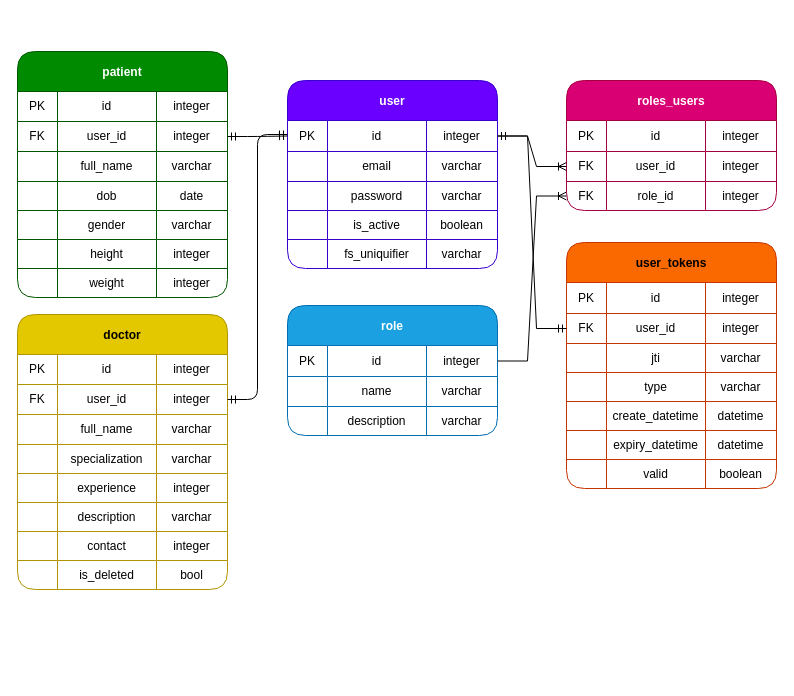
Above: page "Login_schema" (1 of 3) of docs/ER-diagram_HMS.drawio in Developer-PritamSaha/hospital-management-app (draw.io), before the change. Source tidied: cells renumbered, new cells numbered last; positions are measured from the earlier drawing's top-left corner, leaving out a move shared by most shapes. Both pictures are drawn from the tidied source at 100%, with x=0, y=0 at pixel (17, 51).
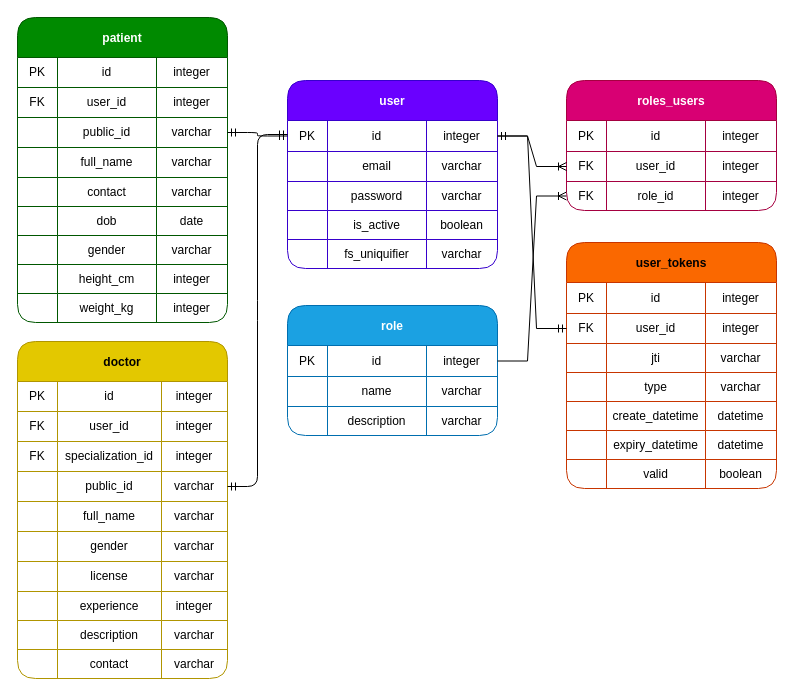
Above is the later version.

Unchanged cells that the change refers to:
```xml
<mxCell id="112" style="shape=tableRow;horizontal=0;startSize=0;swimlaneHead=0;swimlaneBody=0;top=0;left=0;bottom=0;right=0;fillColor=none;rounded=1;" parent="111" vertex="1">
  <mxGeometry y="40" width="210" height="30" as="geometry" />
</mxCell>
```

Change to the diagram source:
```diff
@@
     <mxCell id="23" value="patient" style="shape=table;startSize=40;childLayout=tableLayout;fontStyle=1;align=center;fillColor=#008a00;strokeColor=#005700;fontColor=#ffffff;rounded=1;" parent="1" vertex="1">
-      <mxGeometry width="210" height="246" as="geometry" />
+      <mxGeometry y="-34" width="210" height="305" as="geometry" />
     </mxCell>
@@
+    <mxCell id="145" style="shape=tableRow;horizontal=0;startSize=0;swimlaneHead=0;swimlaneBody=0;top=0;left=0;bottom=0;right=0;fillColor=none;rounded=1;" parent="23" vertex="1">
+      <mxGeometry y="70" width="210" height="30" as="geometry" />
+    </mxCell>
+    <mxCell id="146" value="FK" style="shape=partialRectangle;html=1;whiteSpace=wrap;fillColor=none;top=0;left=0;bottom=0;right=0;overflow=hidden;rounded=1;" parent="145" vertex="1">
+      <mxGeometry width="40" height="30" as="geometry" />
+    </mxCell>
+    <mxCell id="147" value="user_id" style="shape=partialRectangle;html=1;whiteSpace=wrap;fillColor=none;top=0;left=0;bottom=0;right=0;overflow=hidden;rounded=1;" parent="145" vertex="1">
+      <mxGeometry x="40" width="99" height="30" as="geometry" />
+    </mxCell>
+    <mxCell id="148" value="integer" style="shape=partialRectangle;html=1;whiteSpace=wrap;fillColor=none;top=0;left=0;bottom=0;right=0;overflow=hidden;rounded=1;" parent="145" vertex="1">
+      <mxGeometry x="139" width="71" height="30" as="geometry" />
+    </mxCell>
     <mxCell id="28" style="shape=tableRow;horizontal=0;startSize=0;swimlaneHead=0;swimlaneBody=0;top=0;left=0;bottom=0;right=0;fillColor=none;points=[[0,0.5],[1,0.5]];portConstraint=eastwest;rounded=1;" parent="23" vertex="1">
-      <mxGeometry y="70" width="210" height="30" as="geometry" />
+      <mxGeometry y="100" width="210" height="30" as="geometry" />
     </mxCell>
-    <mxCell id="29" value="FK" style="shape=partialRectangle;html=1;whiteSpace=wrap;fillColor=none;top=0;left=0;bottom=0;right=0;overflow=hidden;rounded=1;" parent="28" vertex="1">
+    <mxCell id="29" style="shape=partialRectangle;html=1;whiteSpace=wrap;fillColor=none;top=0;left=0;bottom=0;right=0;overflow=hidden;rounded=1;" parent="28" vertex="1">
       <mxGeometry width="40" height="30" as="geometry" />
     </mxCell>
-    <mxCell id="30" value="user_id" style="shape=partialRectangle;html=1;whiteSpace=wrap;fillColor=none;top=0;left=0;bottom=0;right=0;overflow=hidden;rounded=1;" parent="28" vertex="1">
+    <mxCell id="30" value="public_id" style="shape=partialRectangle;html=1;whiteSpace=wrap;fillColor=none;top=0;left=0;bottom=0;right=0;overflow=hidden;rounded=1;" parent="28" vertex="1">
       <mxGeometry x="40" width="99" height="30" as="geometry" />
     </mxCell>
-    <mxCell id="31" value="integer" style="shape=partialRectangle;html=1;whiteSpace=wrap;fillColor=none;top=0;left=0;bottom=0;right=0;overflow=hidden;rounded=1;" parent="28" vertex="1">
+    <mxCell id="31" value="varchar" style="shape=partialRectangle;html=1;whiteSpace=wrap;fillColor=none;top=0;left=0;bottom=0;right=0;overflow=hidden;rounded=1;" parent="28" vertex="1">
       <mxGeometry x="139" width="71" height="30" as="geometry" />
     </mxCell>
     <mxCell id="32" style="shape=tableRow;horizontal=0;startSize=0;swimlaneHead=0;swimlaneBody=0;top=0;left=0;bottom=0;right=0;fillColor=none;rounded=1;" parent="23" vertex="1">
-      <mxGeometry y="100" width="210" height="30" as="geometry" />
+      <mxGeometry y="130" width="210" height="30" as="geometry" />
     </mxCell>
@@
+    <mxCell id="149" style="shape=tableRow;horizontal=0;startSize=0;swimlaneHead=0;swimlaneBody=0;top=0;left=0;bottom=0;right=0;fillColor=none;rounded=1;" parent="23" vertex="1">
+      <mxGeometry y="160" width="210" height="29" as="geometry" />
+    </mxCell>
+    <mxCell id="150" style="shape=partialRectangle;html=1;whiteSpace=wrap;fillColor=none;top=0;left=0;bottom=0;right=0;overflow=hidden;rounded=1;" parent="149" vertex="1">
+      <mxGeometry width="40" height="29" as="geometry" />
+    </mxCell>
+    <mxCell id="151" value="contact" style="shape=partialRectangle;html=1;whiteSpace=wrap;fillColor=none;top=0;left=0;bottom=0;right=0;overflow=hidden;rounded=1;" parent="149" vertex="1">
+      <mxGeometry x="40" width="99" height="29" as="geometry" />
+    </mxCell>
+    <mxCell id="127" value="varchar" style="shape=partialRectangle;html=1;whiteSpace=wrap;fillColor=none;top=0;left=0;bottom=0;right=0;overflow=hidden;rounded=1;" parent="149" vertex="1">
+      <mxGeometry x="139" width="71" height="29" as="geometry" />
+    </mxCell>
     <mxCell id="36" style="shape=tableRow;horizontal=0;startSize=0;swimlaneHead=0;swimlaneBody=0;top=0;left=0;bottom=0;right=0;fillColor=none;rounded=1;" parent="23" vertex="1">
-      <mxGeometry y="130" width="210" height="29" as="geometry" />
+      <mxGeometry y="189" width="210" height="29" as="geometry" />
     </mxCell>
@@
     <mxCell id="40" style="shape=tableRow;horizontal=0;startSize=0;swimlaneHead=0;swimlaneBody=0;top=0;left=0;bottom=0;right=0;fillColor=none;rounded=1;" parent="23" vertex="1">
-      <mxGeometry y="159" width="210" height="29" as="geometry" />
+      <mxGeometry y="218" width="210" height="29" as="geometry" />
     </mxCell>
@@
     <mxCell id="44" style="shape=tableRow;horizontal=0;startSize=0;swimlaneHead=0;swimlaneBody=0;top=0;left=0;bottom=0;right=0;fillColor=none;rounded=1;" parent="23" vertex="1">
-      <mxGeometry y="188" width="210" height="29" as="geometry" />
+      <mxGeometry y="247" width="210" height="29" as="geometry" />
     </mxCell>
@@
-    <mxCell id="46" value="height" style="shape=partialRectangle;html=1;whiteSpace=wrap;fillColor=none;top=0;left=0;bottom=0;right=0;overflow=hidden;rounded=1;" parent="44" vertex="1">
+    <mxCell id="46" value="height_cm" style="shape=partialRectangle;html=1;whiteSpace=wrap;fillColor=none;top=0;left=0;bottom=0;right=0;overflow=hidden;rounded=1;" parent="44" vertex="1">
       <mxGeometry x="40" width="99" height="29" as="geometry" />
     </mxCell>
@@
     <mxCell id="48" style="shape=tableRow;horizontal=0;startSize=0;swimlaneHead=0;swimlaneBody=0;top=0;left=0;bottom=0;right=0;fillColor=none;rounded=1;" parent="23" vertex="1">
-      <mxGeometry y="217" width="210" height="29" as="geometry" />
+      <mxGeometry y="276" width="210" height="29" as="geometry" />
     </mxCell>
@@
-    <mxCell id="50" value="weight" style="shape=partialRectangle;html=1;whiteSpace=wrap;fillColor=none;top=0;left=0;bottom=0;right=0;overflow=hidden;rounded=1;" parent="48" vertex="1">
+    <mxCell id="50" value="weight_kg" style="shape=partialRectangle;html=1;whiteSpace=wrap;fillColor=none;top=0;left=0;bottom=0;right=0;overflow=hidden;rounded=1;" parent="48" vertex="1">
       <mxGeometry x="40" width="99" height="29" as="geometry" />
     </mxCell>
@@
     <mxCell id="111" value="doctor" style="shape=table;startSize=40;childLayout=tableLayout;fontStyle=1;align=center;fillColor=#e3c800;strokeColor=#B09500;fontColor=#000000;rounded=1;" parent="1" vertex="1">
-      <mxGeometry y="263" width="210" height="275" as="geometry" />
+      <mxGeometry y="290" width="210" height="337" as="geometry" />
     </mxCell>
@@
     <mxCell id="114" value="id" style="shape=partialRectangle;html=1;whiteSpace=wrap;fillColor=none;top=0;left=0;bottom=0;right=0;overflow=hidden;rounded=1;" parent="112" vertex="1">
-      <mxGeometry x="40" width="99" height="30" as="geometry" />
+      <mxGeometry x="40" width="104" height="30" as="geometry" />
     </mxCell>
     <mxCell id="115" value="integer" style="shape=partialRectangle;html=1;whiteSpace=wrap;fillColor=none;top=0;left=0;bottom=0;right=0;overflow=hidden;rounded=1;" parent="112" vertex="1">
-      <mxGeometry x="139" width="71" height="30" as="geometry" />
+      <mxGeometry x="144" width="66" height="30" as="geometry" />
     </mxCell>
+    <mxCell id="152" style="shape=tableRow;horizontal=0;startSize=0;swimlaneHead=0;swimlaneBody=0;top=0;left=0;bottom=0;right=0;fillColor=none;rounded=1;" parent="111" vertex="1">
+      <mxGeometry y="70" width="210" height="30" as="geometry" />
+    </mxCell>
+    <mxCell id="153" value="FK" style="shape=partialRectangle;html=1;whiteSpace=wrap;fillColor=none;top=0;left=0;bottom=0;right=0;overflow=hidden;rounded=1;" parent="152" vertex="1">
+      <mxGeometry width="40" height="30" as="geometry" />
+    </mxCell>
+    <mxCell id="154" value="user_id" style="shape=partialRectangle;html=1;whiteSpace=wrap;fillColor=none;top=0;left=0;bottom=0;right=0;overflow=hidden;rounded=1;" parent="152" vertex="1">
+      <mxGeometry x="40" width="104" height="30" as="geometry" />
+    </mxCell>
+    <mxCell id="155" value="integer" style="shape=partialRectangle;html=1;whiteSpace=wrap;fillColor=none;top=0;left=0;bottom=0;right=0;overflow=hidden;rounded=1;" parent="152" vertex="1">
+      <mxGeometry x="144" width="66" height="30" as="geometry" />
+    </mxCell>
+    <mxCell id="156" style="shape=tableRow;horizontal=0;startSize=0;swimlaneHead=0;swimlaneBody=0;top=0;left=0;bottom=0;right=0;fillColor=none;rounded=1;" parent="111" vertex="1">
+      <mxGeometry y="100" width="210" height="30" as="geometry" />
+    </mxCell>
+    <mxCell id="157" value="FK" style="shape=partialRectangle;html=1;whiteSpace=wrap;fillColor=none;top=0;left=0;bottom=0;right=0;overflow=hidden;rounded=1;" parent="156" vertex="1">
+      <mxGeometry width="40" height="30" as="geometry" />
+    </mxCell>
+    <mxCell id="158" value="specialization_id" style="shape=partialRectangle;html=1;whiteSpace=wrap;fillColor=none;top=0;left=0;bottom=0;right=0;overflow=hidden;rounded=1;" parent="156" vertex="1">
+      <mxGeometry x="40" width="104" height="30" as="geometry" />
+    </mxCell>
+    <mxCell id="159" value="integer" style="shape=partialRectangle;html=1;whiteSpace=wrap;fillColor=none;top=0;left=0;bottom=0;right=0;overflow=hidden;rounded=1;" parent="156" vertex="1">
+      <mxGeometry x="144" width="66" height="30" as="geometry" />
+    </mxCell>
     <mxCell id="116" style="shape=tableRow;horizontal=0;startSize=0;swimlaneHead=0;swimlaneBody=0;top=0;left=0;bottom=0;right=0;fillColor=none;points=[[0,0.5],[1,0.5]];portConstraint=eastwest;rounded=1;" parent="111" vertex="1">
-      <mxGeometry y="70" width="210" height="30" as="geometry" />
+      <mxGeometry y="130" width="210" height="30" as="geometry" />
     </mxCell>
-    <mxCell id="117" value="FK" style="shape=partialRectangle;html=1;whiteSpace=wrap;fillColor=none;top=0;left=0;bottom=0;right=0;overflow=hidden;rounded=1;" parent="116" vertex="1">
+    <mxCell id="117" style="shape=partialRectangle;html=1;whiteSpace=wrap;fillColor=none;top=0;left=0;bottom=0;right=0;overflow=hidden;rounded=1;" parent="116" vertex="1">
       <mxGeometry width="40" height="30" as="geometry" />
     </mxCell>
-    <mxCell id="118" value="user_id" style="shape=partialRectangle;html=1;whiteSpace=wrap;fillColor=none;top=0;left=0;bottom=0;right=0;overflow=hidden;rounded=1;" parent="116" vertex="1">
-      <mxGeometry x="40" width="99" height="30" as="geometry" />
+    <mxCell id="118" value="public_id" style="shape=partialRectangle;html=1;whiteSpace=wrap;fillColor=none;top=0;left=0;bottom=0;right=0;overflow=hidden;rounded=1;" parent="116" vertex="1">
+      <mxGeometry x="40" width="104" height="30" as="geometry" />
     </mxCell>
-    <mxCell id="119" value="integer" style="shape=partialRectangle;html=1;whiteSpace=wrap;fillColor=none;top=0;left=0;bottom=0;right=0;overflow=hidden;rounded=1;" parent="116" vertex="1">
-      <mxGeometry x="139" width="71" height="30" as="geometry" />
+    <mxCell id="119" value="varchar" style="shape=partialRectangle;html=1;whiteSpace=wrap;fillColor=none;top=0;left=0;bottom=0;right=0;overflow=hidden;rounded=1;" parent="116" vertex="1">
+      <mxGeometry x="144" width="66" height="30" as="geometry" />
     </mxCell>
+    <mxCell id="160" style="shape=tableRow;horizontal=0;startSize=0;swimlaneHead=0;swimlaneBody=0;top=0;left=0;bottom=0;right=0;fillColor=none;rounded=1;" parent="111" vertex="1">
+      <mxGeometry y="160" width="210" height="30" as="geometry" />
+    </mxCell>
+    <mxCell id="161" style="shape=partialRectangle;html=1;whiteSpace=wrap;fillColor=none;top=0;left=0;bottom=0;right=0;overflow=hidden;rounded=1;" parent="160" vertex="1">
+      <mxGeometry width="40" height="30" as="geometry" />
+    </mxCell>
+    <mxCell id="162" value="full_name" style="shape=partialRectangle;html=1;whiteSpace=wrap;fillColor=none;top=0;left=0;bottom=0;right=0;overflow=hidden;rounded=1;" parent="160" vertex="1">
+      <mxGeometry x="40" width="104" height="30" as="geometry" />
+    </mxCell>
+    <mxCell id="163" value="varchar" style="shape=partialRectangle;html=1;whiteSpace=wrap;fillColor=none;top=0;left=0;bottom=0;right=0;overflow=hidden;rounded=1;" parent="160" vertex="1">
+      <mxGeometry x="144" width="66" height="30" as="geometry" />
+    </mxCell>
+    <mxCell id="164" style="shape=tableRow;horizontal=0;startSize=0;swimlaneHead=0;swimlaneBody=0;top=0;left=0;bottom=0;right=0;fillColor=none;rounded=1;" parent="111" vertex="1">
+      <mxGeometry y="190" width="210" height="30" as="geometry" />
+    </mxCell>
+    <mxCell id="165" style="shape=partialRectangle;html=1;whiteSpace=wrap;fillColor=none;top=0;left=0;bottom=0;right=0;overflow=hidden;rounded=1;" parent="164" vertex="1">
+      <mxGeometry width="40" height="30" as="geometry" />
+    </mxCell>
+    <mxCell id="166" value="gender" style="shape=partialRectangle;html=1;whiteSpace=wrap;fillColor=none;top=0;left=0;bottom=0;right=0;overflow=hidden;rounded=1;" parent="164" vertex="1">
+      <mxGeometry x="40" width="104" height="30" as="geometry" />
+    </mxCell>
+    <mxCell id="167" value="varchar" style="shape=partialRectangle;html=1;whiteSpace=wrap;fillColor=none;top=0;left=0;bottom=0;right=0;overflow=hidden;rounded=1;" parent="164" vertex="1">
+      <mxGeometry x="144" width="66" height="30" as="geometry" />
+    </mxCell>
     <mxCell id="120" style="shape=tableRow;horizontal=0;startSize=0;swimlaneHead=0;swimlaneBody=0;top=0;left=0;bottom=0;right=0;fillColor=none;rounded=1;" parent="111" vertex="1">
-      <mxGeometry y="100" width="210" height="30" as="geometry" />
+      <mxGeometry y="220" width="210" height="30" as="geometry" />
     </mxCell>
@@
-    <mxCell id="122" value="full_name" style="shape=partialRectangle;html=1;whiteSpace=wrap;fillColor=none;top=0;left=0;bottom=0;right=0;overflow=hidden;rounded=1;" parent="120" vertex="1">
-      <mxGeometry x="40" width="99" height="30" as="geometry" />
+    <mxCell id="122" value="license" style="shape=partialRectangle;html=1;whiteSpace=wrap;fillColor=none;top=0;left=0;bottom=0;right=0;overflow=hidden;rounded=1;" parent="120" vertex="1">
+      <mxGeometry x="40" width="104" height="30" as="geometry" />
     </mxCell>
     <mxCell id="123" value="varchar" style="shape=partialRectangle;html=1;whiteSpace=wrap;fillColor=none;top=0;left=0;bottom=0;right=0;overflow=hidden;rounded=1;" parent="120" vertex="1">
-      <mxGeometry x="139" width="71" height="30" as="geometry" />
+      <mxGeometry x="144" width="66" height="30" as="geometry" />
     </mxCell>
-    <mxCell id="124" style="shape=tableRow;horizontal=0;startSize=0;swimlaneHead=0;swimlaneBody=0;top=0;left=0;bottom=0;right=0;fillColor=none;rounded=1;" parent="111" vertex="1">
-      <mxGeometry y="130" width="210" height="29" as="geometry" />
-    </mxCell>
-    <mxCell id="125" style="shape=partialRectangle;html=1;whiteSpace=wrap;fillColor=none;top=0;left=0;bottom=0;right=0;overflow=hidden;rounded=1;" parent="124" vertex="1">
-      <mxGeometry width="40" height="29" as="geometry" />
-    </mxCell>
-    <mxCell id="126" value="specialization" style="shape=partialRectangle;html=1;whiteSpace=wrap;fillColor=none;top=0;left=0;bottom=0;right=0;overflow=hidden;rounded=1;" parent="124" vertex="1">
-      <mxGeometry x="40" width="99" height="29" as="geometry" />
-    </mxCell>
-    <mxCell id="127" value="varchar" style="shape=partialRectangle;html=1;whiteSpace=wrap;fillColor=none;top=0;left=0;bottom=0;right=0;overflow=hidden;rounded=1;" parent="124" vertex="1">
-      <mxGeometry x="139" width="71" height="29" as="geometry" />
-    </mxCell>
     <mxCell id="128" style="shape=tableRow;horizontal=0;startSize=0;swimlaneHead=0;swimlaneBody=0;top=0;left=0;bottom=0;right=0;fillColor=none;rounded=1;" parent="111" vertex="1">
-      <mxGeometry y="159" width="210" height="29" as="geometry" />
+      <mxGeometry y="250" width="210" height="29" as="geometry" />
     </mxCell>
@@
     <mxCell id="130" value="experience" style="shape=partialRectangle;html=1;whiteSpace=wrap;fillColor=none;top=0;left=0;bottom=0;right=0;overflow=hidden;rounded=1;" parent="128" vertex="1">
-      <mxGeometry x="40" width="99" height="29" as="geometry" />
+      <mxGeometry x="40" width="104" height="29" as="geometry" />
     </mxCell>
     <mxCell id="131" value="integer" style="shape=partialRectangle;html=1;whiteSpace=wrap;fillColor=none;top=0;left=0;bottom=0;right=0;overflow=hidden;rounded=1;" parent="128" vertex="1">
-      <mxGeometry x="139" width="71" height="29" as="geometry" />
+      <mxGeometry x="144" width="66" height="29" as="geometry" />
     </mxCell>
     <mxCell id="132" style="shape=tableRow;horizontal=0;startSize=0;swimlaneHead=0;swimlaneBody=0;top=0;left=0;bottom=0;right=0;fillColor=none;rounded=1;" parent="111" vertex="1">
-      <mxGeometry y="188" width="210" height="29" as="geometry" />
+      <mxGeometry y="279" width="210" height="29" as="geometry" />
     </mxCell>
@@
     <mxCell id="134" value="description" style="shape=partialRectangle;html=1;whiteSpace=wrap;fillColor=none;top=0;left=0;bottom=0;right=0;overflow=hidden;rounded=1;" parent="132" vertex="1">
-      <mxGeometry x="40" width="99" height="29" as="geometry" />
+      <mxGeometry x="40" width="104" height="29" as="geometry" />
     </mxCell>
     <mxCell id="135" value="varchar" style="shape=partialRectangle;html=1;whiteSpace=wrap;fillColor=none;top=0;left=0;bottom=0;right=0;overflow=hidden;rounded=1;" parent="132" vertex="1">
-      <mxGeometry x="139" width="71" height="29" as="geometry" />
+      <mxGeometry x="144" width="66" height="29" as="geometry" />
     </mxCell>
     <mxCell id="136" style="shape=tableRow;horizontal=0;startSize=0;swimlaneHead=0;swimlaneBody=0;top=0;left=0;bottom=0;right=0;fillColor=none;rounded=1;" parent="111" vertex="1">
-      <mxGeometry y="217" width="210" height="29" as="geometry" />
+      <mxGeometry y="308" width="210" height="29" as="geometry" />
     </mxCell>
@@
     <mxCell id="138" value="contact" style="shape=partialRectangle;html=1;whiteSpace=wrap;fillColor=none;top=0;left=0;bottom=0;right=0;overflow=hidden;rounded=1;" parent="136" vertex="1">
-      <mxGeometry x="40" width="99" height="29" as="geometry" />
+      <mxGeometry x="40" width="104" height="29" as="geometry" />
     </mxCell>
-    <mxCell id="139" value="integer" style="shape=partialRectangle;html=1;whiteSpace=wrap;fillColor=none;top=0;left=0;bottom=0;right=0;overflow=hidden;rounded=1;" parent="136" vertex="1">
-      <mxGeometry x="139" width="71" height="29" as="geometry" />
+    <mxCell id="139" value="varchar" style="shape=partialRectangle;html=1;whiteSpace=wrap;fillColor=none;top=0;left=0;bottom=0;right=0;overflow=hidden;rounded=1;" parent="136" vertex="1">
+      <mxGeometry x="144" width="66" height="29" as="geometry" />
     </mxCell>
-    <mxCell id="140" style="shape=tableRow;horizontal=0;startSize=0;swimlaneHead=0;swimlaneBody=0;top=0;left=0;bottom=0;right=0;fillColor=none;rounded=1;" parent="111" vertex="1">
-      <mxGeometry y="246" width="210" height="29" as="geometry" />
-    </mxCell>
-    <mxCell id="141" style="shape=partialRectangle;html=1;whiteSpace=wrap;fillColor=none;top=0;left=0;bottom=0;right=0;overflow=hidden;rounded=1;" parent="140" vertex="1">
-      <mxGeometry width="40" height="29" as="geometry" />
-    </mxCell>
-    <mxCell id="142" value="is_deleted" style="shape=partialRectangle;html=1;whiteSpace=wrap;fillColor=none;top=0;left=0;bottom=0;right=0;overflow=hidden;rounded=1;" parent="140" vertex="1">
-      <mxGeometry x="40" width="99" height="29" as="geometry" />
-    </mxCell>
-    <mxCell id="143" value="bool" style="shape=partialRectangle;html=1;whiteSpace=wrap;fillColor=none;top=0;left=0;bottom=0;right=0;overflow=hidden;rounded=1;" parent="140" vertex="1">
-      <mxGeometry x="139" width="71" height="29" as="geometry" />
-    </mxCell>
```
